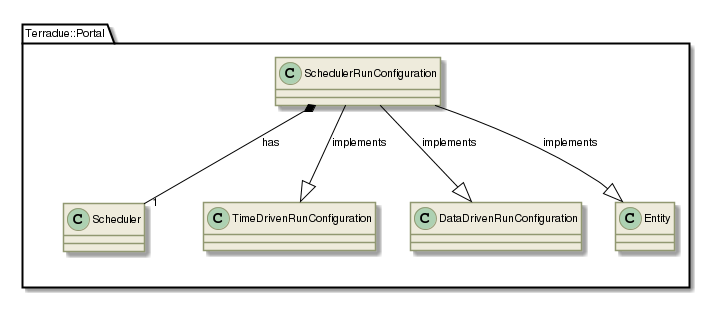
Terradue/doc-tep-geohazards-arch keeps this PlantUML diagram as _images/plantuml-0fd4e094e8d027db558d053420be4e7a4614820b.png. Above is the earlier version.
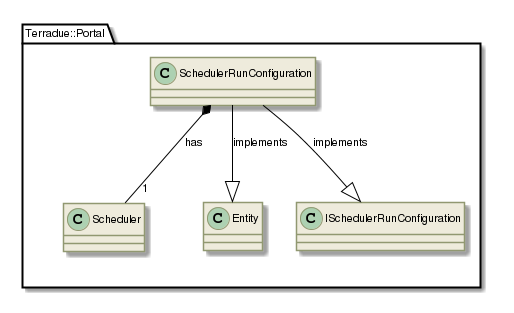
The same file after the commit.

Change to the diagram source:
```diff
@@ -141,8 +141,7 @@
 [[../information/classes/class_terradue_1_1_portal_1_1_scheduler_run_configuration.html]]
 }
 Terradue::Portal::SchedulerRunConfiguration  *-- "1" Terradue::Portal::Scheduler : has
-Terradue::Portal::SchedulerRunConfiguration  --|>  Terradue::Portal::TimeDrivenRunConfiguration : implements
-Terradue::Portal::SchedulerRunConfiguration  --|>  Terradue::Portal::DataDrivenRunConfiguration : implements
 Terradue::Portal::SchedulerRunConfiguration  --|>  Terradue::Portal::Entity : implements
+Terradue::Portal::SchedulerRunConfiguration  --|>  Terradue::Portal::ISchedulerRunConfiguration : implements
 
 @enduml
```
